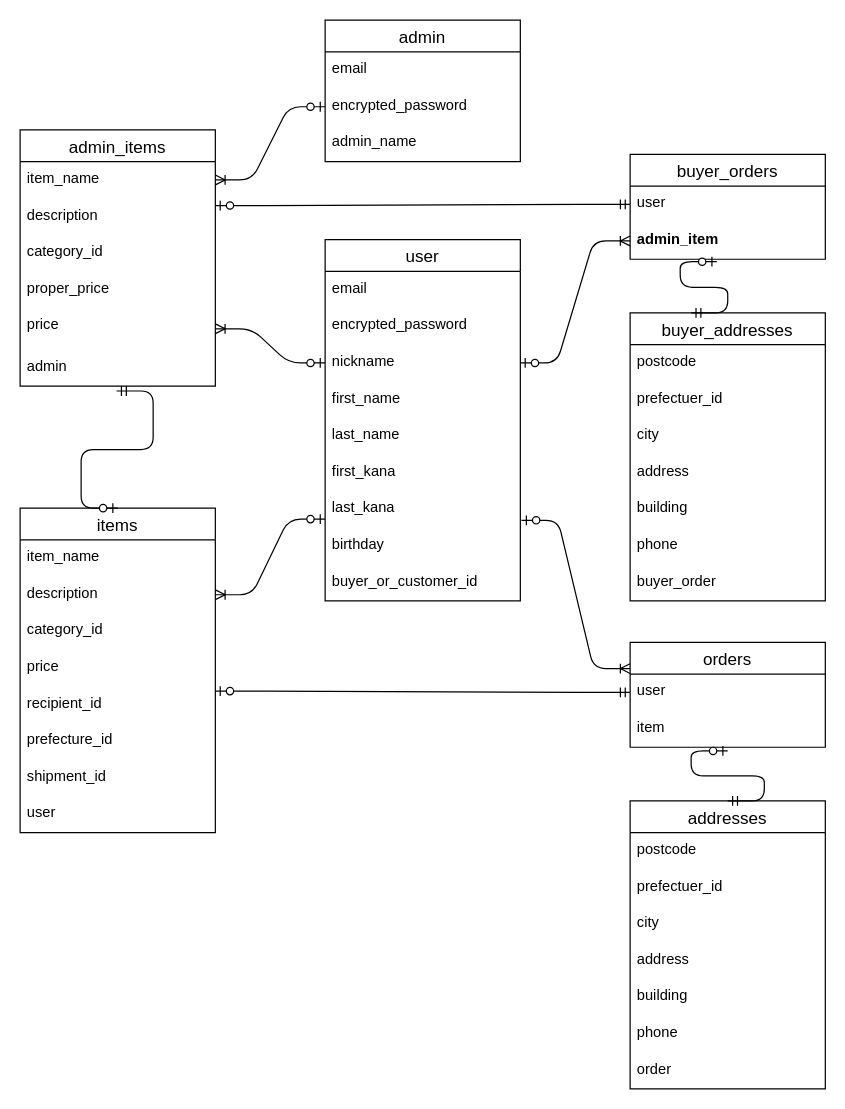
Before: page "ページ1" (1 of 2) of ER.dio in datiko1115/baton_app5, a draw.io diagram. Source tidied: cells renumbered, new cells numbered last; positions are measured from the earlier drawing's top-left corner, leaving out a move shared by most shapes. Both pictures are drawn from the tidied source at 122%, with x=0, y=0 at pixel (20, 20).
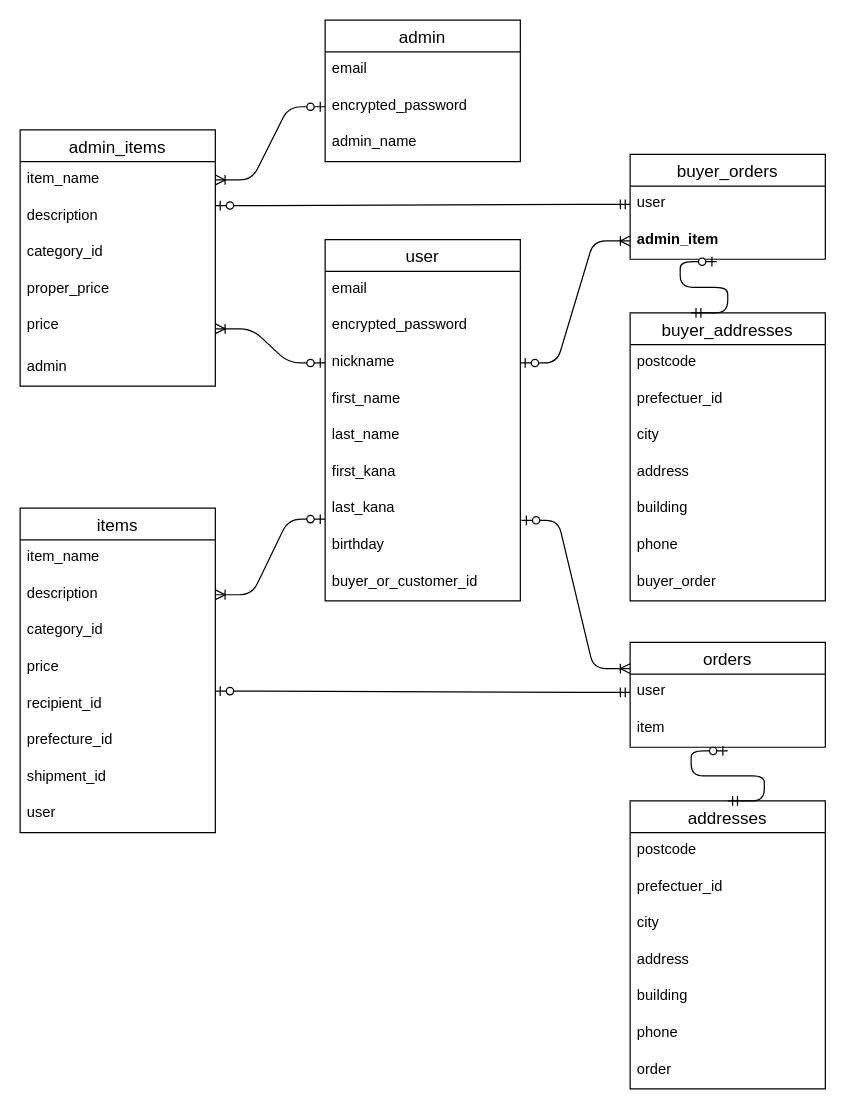
After the change.

The change refers to these unchanged cells:
```xml
<mxCell id="18" value="admin" style="text;strokeColor=none;fillColor=none;spacingLeft=4;spacingRight=4;overflow=hidden;points=[[0,0.5],[1,0.5]];portConstraint=eastwest;fontSize=12;rounded=0;" parent="12" vertex="1">
  <mxGeometry y="180" width="160" height="30" as="geometry" />
</mxCell>
<mxCell id="32" value="items" style="swimlane;fontStyle=0;horizontal=1;startSize=26;align=center;fontSize=14;rounded=0;" parent="1" vertex="1">
  <mxGeometry y="400" width="160" height="266" as="geometry" />
</mxCell>
```

Change to the diagram source:
```diff
@@
-    <mxCell id="60" style="edgeStyle=entityRelationEdgeStyle;fontSize=12;html=1;endArrow=ERzeroToOne;startArrow=ERmandOne;exitX=0.494;exitY=1.133;exitDx=0;exitDy=0;exitPerimeter=0;entryX=0.5;entryY=0;entryDx=0;entryDy=0;" parent="1" edge="1" source="18" target="32">
-      <mxGeometry relative="1" as="geometry" />
-    </mxCell>
```
